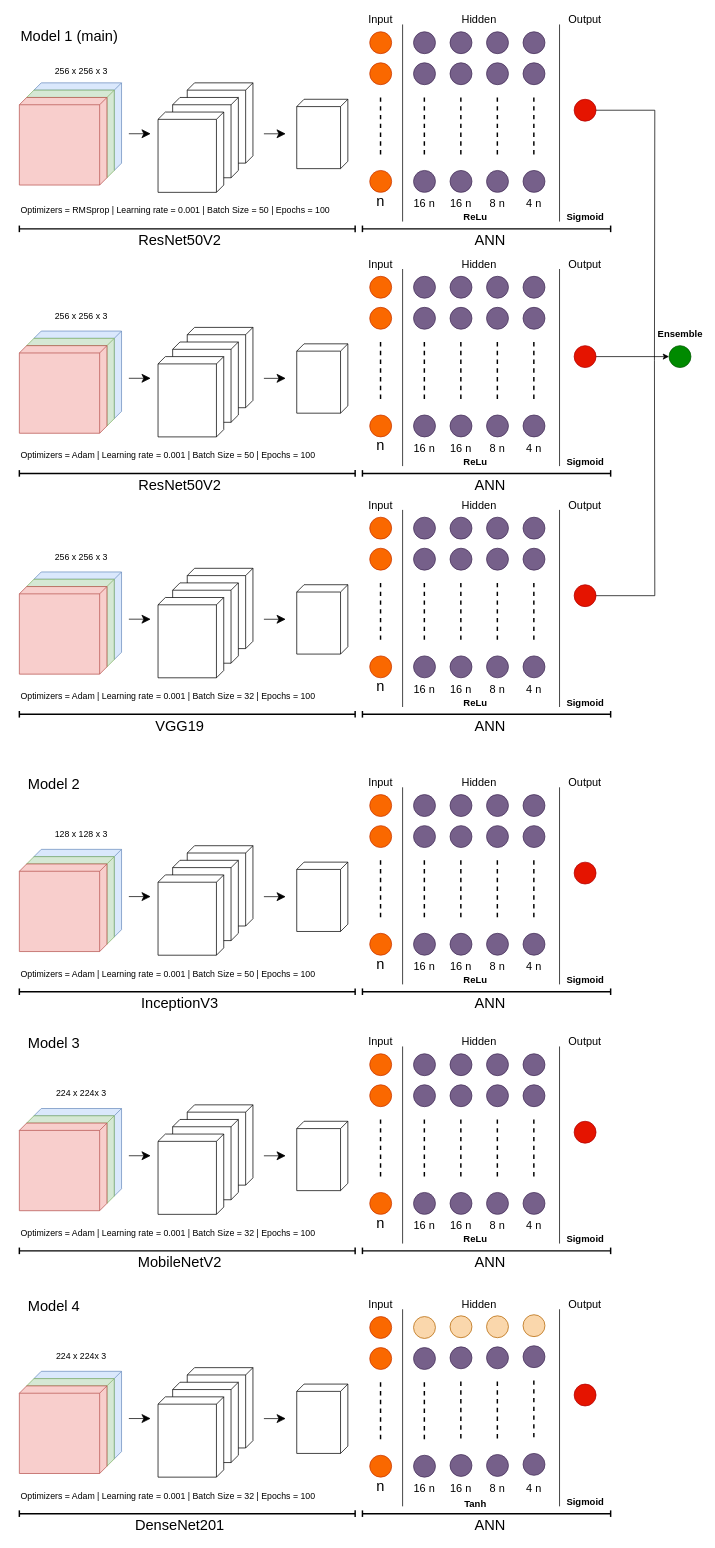
The draw.io diagram diragram.drawio in Jirayut108/Project-ML-Pork-Safely, before the edit. Source tidied: cells renumbered, new cells numbered last; positions are measured from the earlier drawing's top-left corner, leaving out a move shared by most shapes. Both pictures are drawn from the tidied source at 73%, with x=0, y=0 at pixel (19, 13).
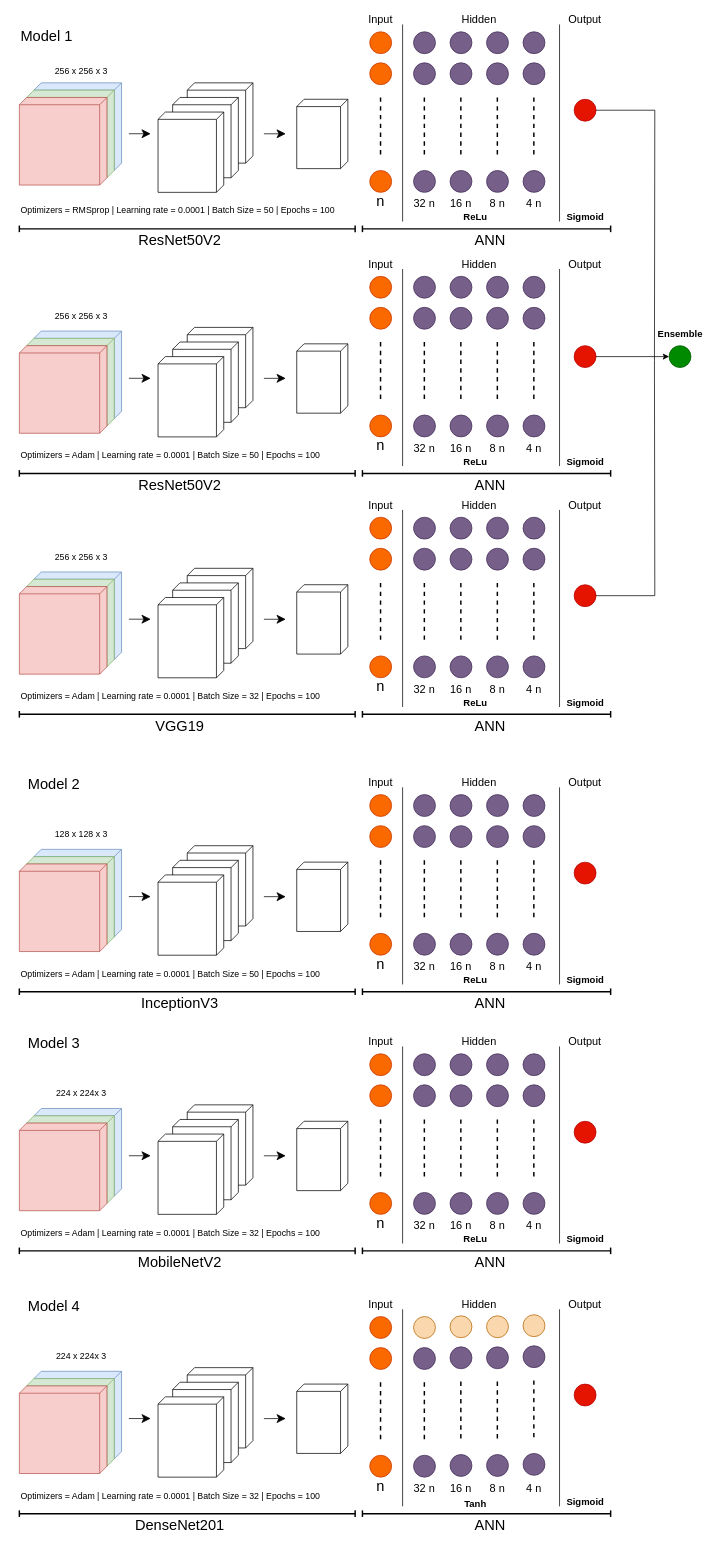
Above is the later version.

Diff of the diagram source:
```diff
@@
-    <mxCell id="13" value="Model 1 (main)" style="text;html=1;whiteSpace=wrap;strokeColor=none;fillColor=none;align=left;verticalAlign=middle;rounded=0;fontSize=20;" parent="1" vertex="1">
+    <mxCell id="13" value="Model 1" style="text;html=1;whiteSpace=wrap;strokeColor=none;fillColor=none;align=left;verticalAlign=middle;rounded=0;fontSize=20;" parent="1" vertex="1">
       <mxGeometry y="15" width="150" height="30" as="geometry" />
     </mxCell>
@@
-    <mxCell id="29" value="16 n" style="text;html=1;whiteSpace=wrap;strokeColor=none;fillColor=none;align=center;verticalAlign=middle;rounded=0;fontSize=15;" parent="1" vertex="1">
+    <mxCell id="29" value="32 n" style="text;html=1;whiteSpace=wrap;strokeColor=none;fillColor=none;align=center;verticalAlign=middle;rounded=0;fontSize=15;" parent="1" vertex="1">
       <mxGeometry x="535" y="252.5" width="40" height="15" as="geometry" />
     </mxCell>
@@
-    <mxCell id="80" value="16 n" style="text;html=1;whiteSpace=wrap;strokeColor=none;fillColor=none;align=center;verticalAlign=middle;rounded=0;fontSize=15;" parent="1" vertex="1">
+    <mxCell id="80" value="32 n" style="text;html=1;whiteSpace=wrap;strokeColor=none;fillColor=none;align=center;verticalAlign=middle;rounded=0;fontSize=15;" parent="1" vertex="1">
       <mxGeometry x="535" y="587.5" width="40" height="15" as="geometry" />
     </mxCell>
@@
-    <mxCell id="109" value="Optimizers = RMSprop | Learning rate = 0.001 | Batch Size = 50 | Epochs = 100&amp;nbsp;" style="text;html=1;whiteSpace=wrap;strokeColor=none;fillColor=none;align=left;verticalAlign=middle;rounded=0;" parent="1" vertex="1">
+    <mxCell id="109" value="Optimizers = RMSprop | Learning rate = 0.0001 | Batch Size = 50 | Epochs = 100&amp;nbsp;" style="text;html=1;whiteSpace=wrap;strokeColor=none;fillColor=none;align=left;verticalAlign=middle;rounded=0;" parent="1" vertex="1">
       <mxGeometry y="255" width="440" height="30" as="geometry" />
     </mxCell>
-    <mxCell id="110" value="Optimizers = Adam | Learning rate = 0.001 | Batch Size = 50 | Epochs = 100&amp;nbsp;" style="text;html=1;whiteSpace=wrap;strokeColor=none;fillColor=none;align=left;verticalAlign=middle;rounded=0;" parent="1" vertex="1">
+    <mxCell id="110" value="Optimizers = Adam | Learning rate = 0.0001 | Batch Size = 50 | Epochs = 100&amp;nbsp;" style="text;html=1;whiteSpace=wrap;strokeColor=none;fillColor=none;align=left;verticalAlign=middle;rounded=0;" parent="1" vertex="1">
       <mxGeometry y="591" width="440" height="30" as="geometry" />
     </mxCell>
@@
-    <mxCell id="137" value="16 n" style="text;html=1;whiteSpace=wrap;strokeColor=none;fillColor=none;align=center;verticalAlign=middle;rounded=0;fontSize=15;" parent="1" vertex="1">
+    <mxCell id="137" value="32 n" style="text;html=1;whiteSpace=wrap;strokeColor=none;fillColor=none;align=center;verticalAlign=middle;rounded=0;fontSize=15;" parent="1" vertex="1">
       <mxGeometry x="535" y="917.5" width="40" height="15" as="geometry" />
     </mxCell>
@@
-    <mxCell id="166" value="Optimizers = Adam | Learning rate = 0.001 | Batch Size = 32 | Epochs = 100&amp;nbsp;" style="text;html=1;whiteSpace=wrap;strokeColor=none;fillColor=none;align=left;verticalAlign=middle;rounded=0;" parent="1" vertex="1">
+    <mxCell id="166" value="Optimizers = Adam | Learning rate = 0.0001 | Batch Size = 32 | Epochs = 100&amp;nbsp;" style="text;html=1;whiteSpace=wrap;strokeColor=none;fillColor=none;align=left;verticalAlign=middle;rounded=0;" parent="1" vertex="1">
       <mxGeometry y="921" width="440" height="30" as="geometry" />
     </mxCell>
@@
-    <mxCell id="196" value="16 n" style="text;html=1;whiteSpace=wrap;strokeColor=none;fillColor=none;align=center;verticalAlign=middle;rounded=0;fontSize=15;" parent="1" vertex="1">
+    <mxCell id="196" value="32 n" style="text;html=1;whiteSpace=wrap;strokeColor=none;fillColor=none;align=center;verticalAlign=middle;rounded=0;fontSize=15;" parent="1" vertex="1">
       <mxGeometry x="535" y="1297.5" width="40" height="15" as="geometry" />
     </mxCell>
@@
-    <mxCell id="224" value="Optimizers = Adam | Learning rate = 0.001 | Batch Size = 50 | Epochs = 100&amp;nbsp;" style="text;html=1;whiteSpace=wrap;strokeColor=none;fillColor=none;align=left;verticalAlign=middle;rounded=0;" parent="1" vertex="1">
+    <mxCell id="224" value="Optimizers = Adam | Learning rate = 0.0001 | Batch Size = 50 | Epochs = 100&amp;nbsp;" style="text;html=1;whiteSpace=wrap;strokeColor=none;fillColor=none;align=left;verticalAlign=middle;rounded=0;" parent="1" vertex="1">
       <mxGeometry y="1301" width="440" height="30" as="geometry" />
     </mxCell>
@@
-    <mxCell id="252" value="16 n" style="text;html=1;whiteSpace=wrap;strokeColor=none;fillColor=none;align=center;verticalAlign=middle;rounded=0;fontSize=15;" parent="1" vertex="1">
+    <mxCell id="252" value="32 n" style="text;html=1;whiteSpace=wrap;strokeColor=none;fillColor=none;align=center;verticalAlign=middle;rounded=0;fontSize=15;" parent="1" vertex="1">
       <mxGeometry x="535" y="1652.5" width="40" height="15" as="geometry" />
     </mxCell>
@@
-    <mxCell id="280" value="Optimizers = Adam | Learning rate = 0.001 | Batch Size = 32 | Epochs = 100&amp;nbsp;" style="text;html=1;whiteSpace=wrap;strokeColor=none;fillColor=none;align=left;verticalAlign=middle;rounded=0;" parent="1" vertex="1">
+    <mxCell id="280" value="Optimizers = Adam | Learning rate = 0.0001 | Batch Size = 32 | Epochs = 100&amp;nbsp;" style="text;html=1;whiteSpace=wrap;strokeColor=none;fillColor=none;align=left;verticalAlign=middle;rounded=0;" parent="1" vertex="1">
       <mxGeometry y="1656" width="440" height="30" as="geometry" />
     </mxCell>
@@
-    <mxCell id="308" value="16 n" style="text;html=1;whiteSpace=wrap;strokeColor=none;fillColor=none;align=center;verticalAlign=middle;rounded=0;fontSize=15;" parent="1" vertex="1">
+    <mxCell id="308" value="32 n" style="text;html=1;whiteSpace=wrap;strokeColor=none;fillColor=none;align=center;verticalAlign=middle;rounded=0;fontSize=15;" parent="1" vertex="1">
       <mxGeometry x="535" y="2012.5" width="40" height="15" as="geometry" />
     </mxCell>
@@
-    <mxCell id="321" value="Optimizers = Adam | Learning rate = 0.001 | Batch Size = 32 | Epochs = 100&amp;nbsp;" style="text;html=1;whiteSpace=wrap;strokeColor=none;fillColor=none;align=left;verticalAlign=middle;rounded=0;" parent="1" vertex="1">
+    <mxCell id="321" value="Optimizers = Adam | Learning rate = 0.0001 | Batch Size = 32 | Epochs = 100&amp;nbsp;" style="text;html=1;whiteSpace=wrap;strokeColor=none;fillColor=none;align=left;verticalAlign=middle;rounded=0;" parent="1" vertex="1">
       <mxGeometry y="2016" width="440" height="30" as="geometry" />
     </mxCell>
```
